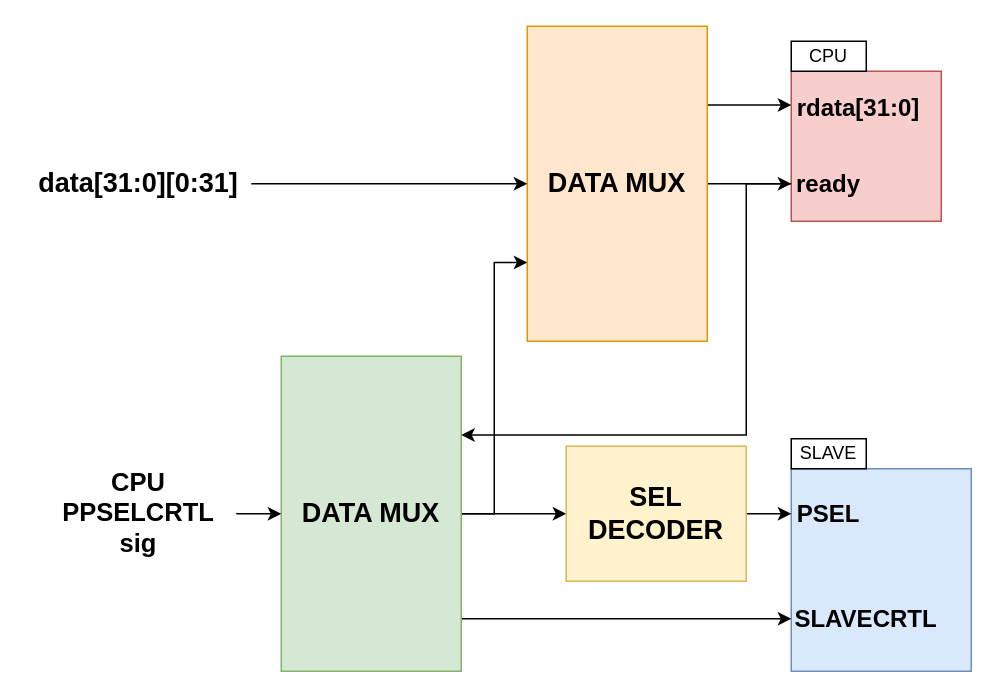
cong2738/my_RISC-V keeps this draw.io diagram as APB MASTER.drawio. Above is the earlier version. Source tidied: cells renumbered, new cells numbered last; positions are measured from the earlier drawing's top-left corner, leaving out a move shared by most shapes. Both pictures are drawn from the tidied source at 150%, with x=0, y=0 at pixel (26, 26).
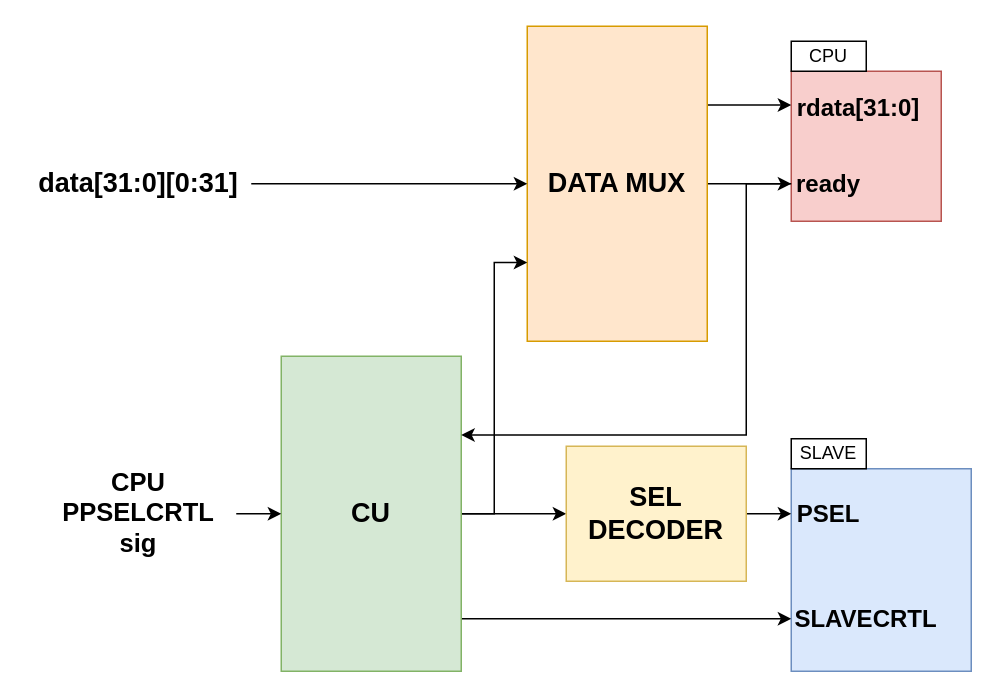
The same diagram, later.

Commit message (it also covers changes not shown here):
fix: APB 다이어그램 수정 및 이미지 업데이트

Change to the diagram source:
```diff
@@
-    <mxCell id="10" value="DATA MUX" style="rounded=0;whiteSpace=wrap;html=1;fillColor=#d5e8d4;strokeColor=#82b366;fontStyle=1;fontSize=18;" parent="1" vertex="1">
+    <mxCell id="10" value="CU" style="rounded=0;whiteSpace=wrap;html=1;fillColor=#d5e8d4;strokeColor=#82b366;fontStyle=1;fontSize=18;" parent="1" vertex="1">
       <mxGeometry x="170" y="220" width="120" height="210" as="geometry" />
     </mxCell>
```
